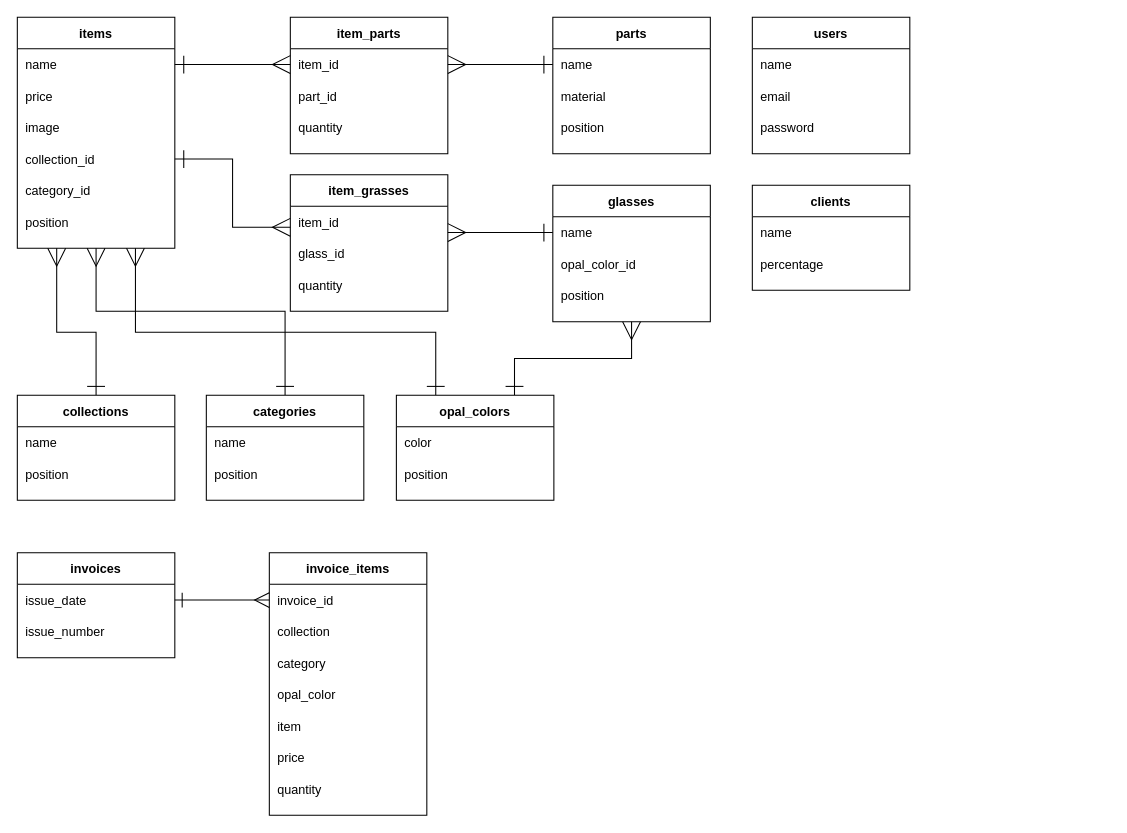
KentaroKageyama/aio_app keeps this draw.io diagram as ER.dio. Above is the earlier version. Source tidied: cells renumbered, new cells numbered last; positions are measured from the earlier drawing's top-left corner, leaving out a move shared by most shapes. Both pictures are drawn from the tidied source at 105%, with x=0, y=0 at pixel (17, 17).
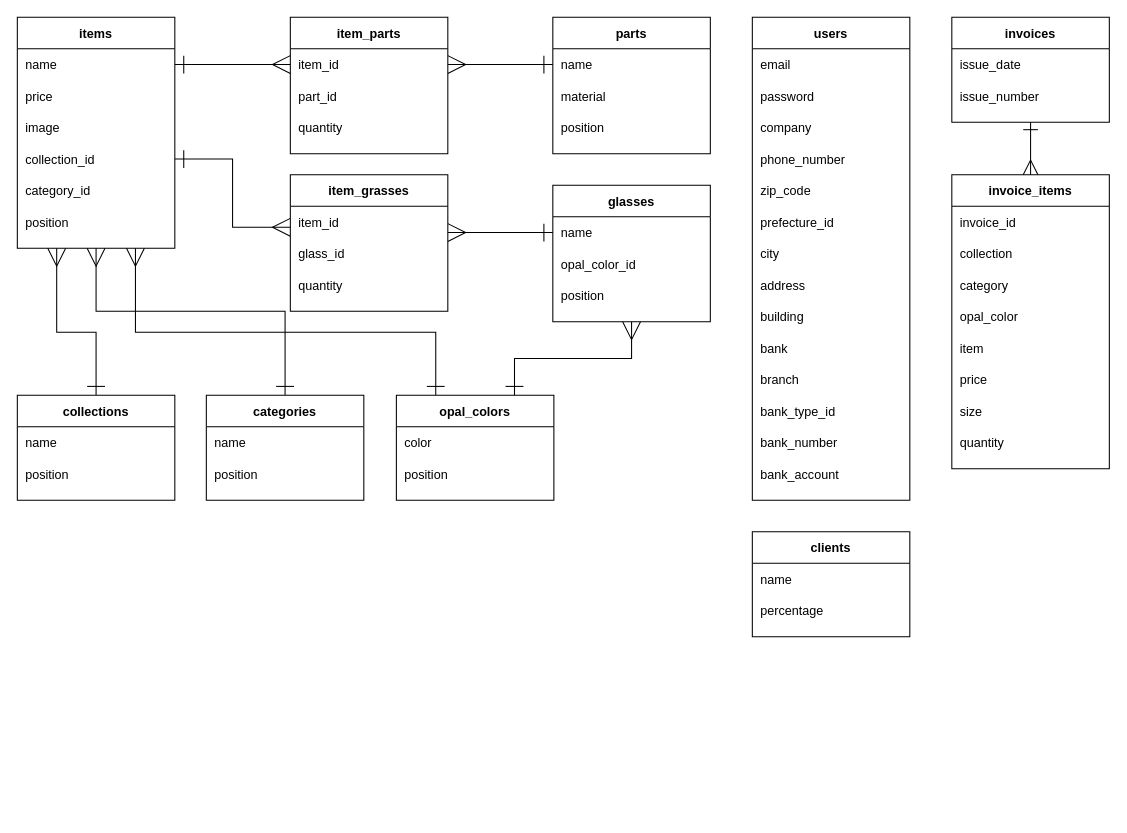
The same page after the edit.

Unchanged cells that the change refers to:
```xml
<mxCell id="79" style="shape=partialRectangle;fillColor=none;top=0;left=0;bottom=0;right=0;points=[[0,0.5],[1,0.5]];portConstraint=eastwest;" parent="78" vertex="1">
  <mxGeometry y="30" width="150" height="30" as="geometry" />
</mxCell>
<mxCell id="84" style="shape=partialRectangle;fillColor=none;top=0;left=0;bottom=0;right=0;points=[[0,0.5],[1,0.5]];portConstraint=eastwest;" parent="83" vertex="1">
  <mxGeometry y="30" width="150" height="30" as="geometry" />
</mxCell>
```

Diff of the diagram source:
```diff
@@
     <mxCell id="50" value="users" style="shape=table;startSize=30;childLayout=tableLayout;rowLines=0;fontStyle=1;align=center;" parent="1" vertex="1">
-      <mxGeometry x="700" width="150" height="130" as="geometry" />
+      <mxGeometry x="700" width="150" height="460" as="geometry" />
     </mxCell>
-    <mxCell id="51" style="shape=partialRectangle;fillColor=none;top=0;left=0;bottom=0;right=0;" parent="50" vertex="1">
-      <mxGeometry y="30" width="150" height="30" as="geometry" />
-    </mxCell>
-    <mxCell id="52" value="name" style="shape=partialRectangle;fillColor=none;top=0;left=0;bottom=0;right=0;align=left;spacingLeft=6;overflow=hidden;" parent="51" vertex="1">
-      <mxGeometry width="150" height="30" as="geometry" />
-    </mxCell>
     <mxCell id="53" style="shape=partialRectangle;fillColor=none;top=0;left=0;bottom=0;right=0;" parent="50" vertex="1">
-      <mxGeometry y="60" width="150" height="30" as="geometry" />
+      <mxGeometry y="30" width="150" height="30" as="geometry" />
     </mxCell>
@@
     <mxCell id="55" style="shape=partialRectangle;fillColor=none;top=0;left=0;bottom=0;right=0;" parent="50" vertex="1">
-      <mxGeometry y="90" width="150" height="30" as="geometry" />
+      <mxGeometry y="60" width="150" height="30" as="geometry" />
     </mxCell>
@@
+    <mxCell id="51" style="shape=partialRectangle;fillColor=none;top=0;left=0;bottom=0;right=0;" parent="50" vertex="1">
+      <mxGeometry y="90" width="150" height="30" as="geometry" />
+    </mxCell>
+    <mxCell id="52" value="company" style="shape=partialRectangle;fillColor=none;top=0;left=0;bottom=0;right=0;align=left;spacingLeft=6;overflow=hidden;" parent="51" vertex="1">
+      <mxGeometry width="150" height="30" as="geometry" />
+    </mxCell>
+    <mxCell id="99" style="shape=partialRectangle;fillColor=none;top=0;left=0;bottom=0;right=0;" parent="50" vertex="1">
+      <mxGeometry y="120" width="150" height="30" as="geometry" />
+    </mxCell>
+    <mxCell id="100" value="phone_number" style="shape=partialRectangle;fillColor=none;top=0;left=0;bottom=0;right=0;align=left;spacingLeft=6;overflow=hidden;" parent="99" vertex="1">
+      <mxGeometry width="150" height="30" as="geometry" />
+    </mxCell>
+    <mxCell id="101" style="shape=partialRectangle;fillColor=none;top=0;left=0;bottom=0;right=0;" parent="50" vertex="1">
+      <mxGeometry y="150" width="150" height="30" as="geometry" />
+    </mxCell>
+    <mxCell id="102" value="zip_code" style="shape=partialRectangle;fillColor=none;top=0;left=0;bottom=0;right=0;align=left;spacingLeft=6;overflow=hidden;" parent="101" vertex="1">
+      <mxGeometry width="150" height="30" as="geometry" />
+    </mxCell>
+    <mxCell id="103" style="shape=partialRectangle;fillColor=none;top=0;left=0;bottom=0;right=0;" parent="50" vertex="1">
+      <mxGeometry y="180" width="150" height="30" as="geometry" />
+    </mxCell>
+    <mxCell id="104" value="prefecture_id" style="shape=partialRectangle;fillColor=none;top=0;left=0;bottom=0;right=0;align=left;spacingLeft=6;overflow=hidden;" parent="103" vertex="1">
+      <mxGeometry width="150" height="30" as="geometry" />
+    </mxCell>
+    <mxCell id="105" style="shape=partialRectangle;fillColor=none;top=0;left=0;bottom=0;right=0;" parent="50" vertex="1">
+      <mxGeometry y="210" width="150" height="30" as="geometry" />
+    </mxCell>
+    <mxCell id="106" value="city" style="shape=partialRectangle;fillColor=none;top=0;left=0;bottom=0;right=0;align=left;spacingLeft=6;overflow=hidden;" parent="105" vertex="1">
+      <mxGeometry width="150" height="30" as="geometry" />
+    </mxCell>
+    <mxCell id="107" style="shape=partialRectangle;fillColor=none;top=0;left=0;bottom=0;right=0;" parent="50" vertex="1">
+      <mxGeometry y="240" width="150" height="30" as="geometry" />
+    </mxCell>
+    <mxCell id="108" value="address" style="shape=partialRectangle;fillColor=none;top=0;left=0;bottom=0;right=0;align=left;spacingLeft=6;overflow=hidden;" parent="107" vertex="1">
+      <mxGeometry width="150" height="30" as="geometry" />
+    </mxCell>
+    <mxCell id="109" style="shape=partialRectangle;fillColor=none;top=0;left=0;bottom=0;right=0;" parent="50" vertex="1">
+      <mxGeometry y="270" width="150" height="30" as="geometry" />
+    </mxCell>
+    <mxCell id="110" value="building" style="shape=partialRectangle;fillColor=none;top=0;left=0;bottom=0;right=0;align=left;spacingLeft=6;overflow=hidden;" parent="109" vertex="1">
+      <mxGeometry width="150" height="30" as="geometry" />
+    </mxCell>
+    <mxCell id="111" style="shape=partialRectangle;fillColor=none;top=0;left=0;bottom=0;right=0;" parent="50" vertex="1">
+      <mxGeometry y="300" width="150" height="30" as="geometry" />
+    </mxCell>
+    <mxCell id="112" value="bank" style="shape=partialRectangle;fillColor=none;top=0;left=0;bottom=0;right=0;align=left;spacingLeft=6;overflow=hidden;" parent="111" vertex="1">
+      <mxGeometry width="150" height="30" as="geometry" />
+    </mxCell>
+    <mxCell id="113" style="shape=partialRectangle;fillColor=none;top=0;left=0;bottom=0;right=0;" parent="50" vertex="1">
+      <mxGeometry y="330" width="150" height="30" as="geometry" />
+    </mxCell>
+    <mxCell id="114" value="branch" style="shape=partialRectangle;fillColor=none;top=0;left=0;bottom=0;right=0;align=left;spacingLeft=6;overflow=hidden;" parent="113" vertex="1">
+      <mxGeometry width="150" height="30" as="geometry" />
+    </mxCell>
+    <mxCell id="115" style="shape=partialRectangle;fillColor=none;top=0;left=0;bottom=0;right=0;" parent="50" vertex="1">
+      <mxGeometry y="360" width="150" height="30" as="geometry" />
+    </mxCell>
+    <mxCell id="116" value="bank_type_id" style="shape=partialRectangle;fillColor=none;top=0;left=0;bottom=0;right=0;align=left;spacingLeft=6;overflow=hidden;" parent="115" vertex="1">
+      <mxGeometry width="150" height="30" as="geometry" />
+    </mxCell>
+    <mxCell id="117" style="shape=partialRectangle;fillColor=none;top=0;left=0;bottom=0;right=0;" parent="50" vertex="1">
+      <mxGeometry y="390" width="150" height="30" as="geometry" />
+    </mxCell>
+    <mxCell id="118" value="bank_number" style="shape=partialRectangle;fillColor=none;top=0;left=0;bottom=0;right=0;align=left;spacingLeft=6;overflow=hidden;" parent="117" vertex="1">
+      <mxGeometry width="150" height="30" as="geometry" />
+    </mxCell>
+    <mxCell id="119" style="shape=partialRectangle;fillColor=none;top=0;left=0;bottom=0;right=0;" parent="50" vertex="1">
+      <mxGeometry y="420" width="150" height="30" as="geometry" />
+    </mxCell>
+    <mxCell id="120" value="bank_account" style="shape=partialRectangle;fillColor=none;top=0;left=0;bottom=0;right=0;align=left;spacingLeft=6;overflow=hidden;" parent="119" vertex="1">
+      <mxGeometry width="150" height="30" as="geometry" />
+    </mxCell>
@@
     <mxCell id="73" value="clients" style="shape=table;startSize=30;childLayout=tableLayout;rowLines=0;fontStyle=1;align=center;" parent="1" vertex="1">
-      <mxGeometry x="700" y="160" width="150" height="100" as="geometry" />
+      <mxGeometry x="700" y="490" width="150" height="100" as="geometry" />
     </mxCell>
@@
     <mxCell id="78" value="invoices" style="shape=table;startSize=30;childLayout=tableLayout;rowLines=0;fontStyle=1;align=center;" parent="1" vertex="1">
-      <mxGeometry y="510" width="150" height="100" as="geometry" />
+      <mxGeometry x="890" width="150" height="100" as="geometry" />
     </mxCell>
@@
     <mxCell id="83" value="invoice_items" style="shape=table;startSize=30;childLayout=tableLayout;rowLines=0;fontStyle=1;align=center;" parent="1" vertex="1">
-      <mxGeometry x="240" y="510" width="150" height="250" as="geometry" />
+      <mxGeometry x="890" y="150" width="150" height="280" as="geometry" />
     </mxCell>
@@
+    <mxCell id="121" style="shape=partialRectangle;fillColor=none;top=0;left=0;bottom=0;right=0;" parent="83" vertex="1">
+      <mxGeometry y="210" width="150" height="30" as="geometry" />
+    </mxCell>
+    <mxCell id="122" value="size" style="shape=partialRectangle;fillColor=none;top=0;left=0;bottom=0;right=0;align=left;spacingLeft=6;overflow=hidden;" parent="121" vertex="1">
+      <mxGeometry width="150" height="30" as="geometry" />
+    </mxCell>
     <mxCell id="96" style="shape=partialRectangle;fillColor=none;top=0;left=0;bottom=0;right=0;" parent="83" vertex="1">
-      <mxGeometry y="210" width="150" height="30" as="geometry" />
+      <mxGeometry y="240" width="150" height="30" as="geometry" />
     </mxCell>
@@
-    <mxCell id="98" style="edgeStyle=orthogonalEdgeStyle;rounded=0;jettySize=auto;html=1;exitX=1;exitY=0.5;exitDx=0;exitDy=0;endArrow=ERmany;endFill=0;startArrow=ERone;startFill=0;endSize=12;startSize=12;entryX=0;entryY=0.5;entryDx=0;entryDy=0;" parent="1" edge="1" source="79" target="84">
+    <mxCell id="98" style="edgeStyle=orthogonalEdgeStyle;rounded=0;jettySize=auto;html=1;exitX=0.5;exitY=1;exitDx=0;exitDy=0;endArrow=ERmany;endFill=0;startArrow=ERone;startFill=0;endSize=12;startSize=12;entryX=0.5;entryY=0;entryDx=0;entryDy=0;" parent="1" edge="1" source="78" target="83">
       <mxGeometry relative="1" as="geometry" />
     </mxCell>
```
